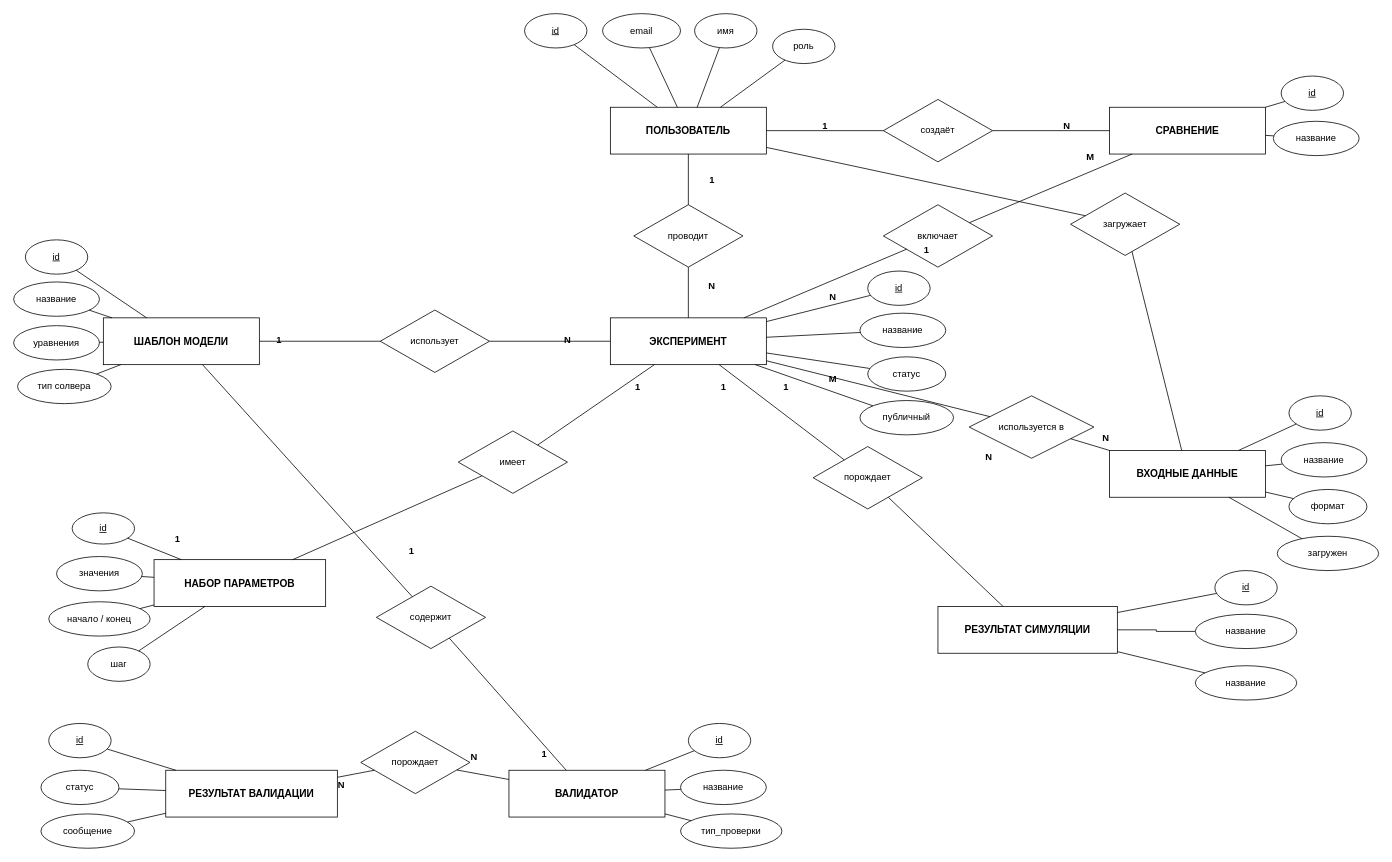
Nna2291/vargod keeps this draw.io diagram as diagrams/er.drawio. Above is the earlier version. Source tidied: cells renumbered, new cells numbered last; positions are measured from the earlier drawing's top-left corner, leaving out a move shared by most shapes. Both pictures are drawn from the tidied source at 78%, with x=0, y=0 at pixel (13, 13).
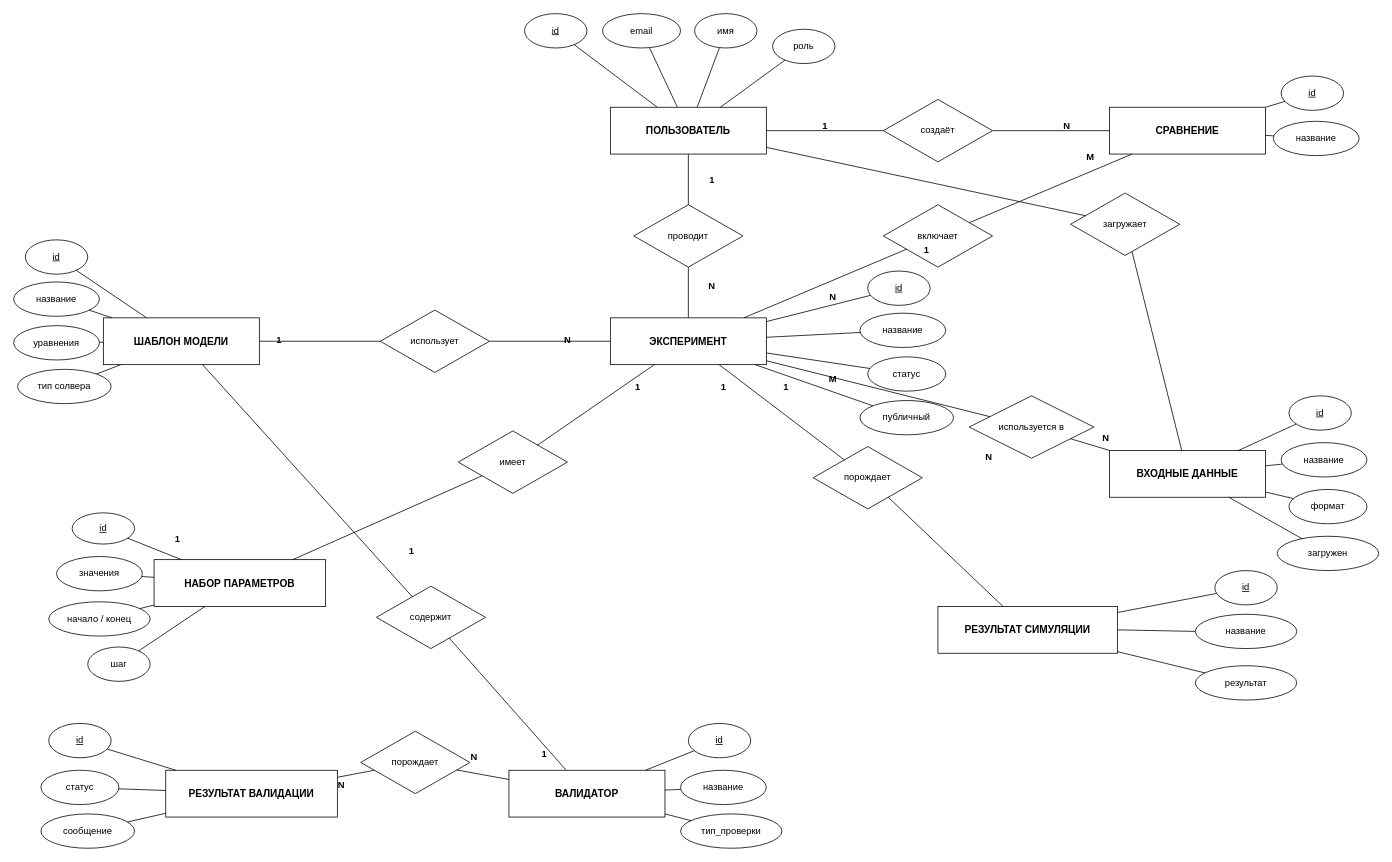
The same page after the edit.

The change refers to these unchanged cells:
```xml
<mxCell id="7" value="РЕЗУЛЬТАТ СИМУЛЯЦИИ" style="rounded=0;whiteSpace=wrap;html=1;fontStyle=1;fontSize=13;" parent="1" vertex="1">
  <mxGeometry x="1185" y="760" width="230" height="60" as="geometry" />
</mxCell>
<mxCell id="122" value="название" style="ellipse;whiteSpace=wrap;html=1;" parent="1" vertex="1">
  <mxGeometry x="1515" y="770" width="130" height="44" as="geometry" />
</mxCell>
```

Diff of the diagram source:
```diff
@@
-    <mxCell id="34" value="название" style="ellipse;whiteSpace=wrap;html=1;" parent="1" vertex="1">
+    <mxCell id="34" value="результат" style="ellipse;whiteSpace=wrap;html=1;" parent="1" vertex="1">
       <mxGeometry x="1515" y="836" width="130" height="44" as="geometry" />
     </mxCell>
@@
-    <mxCell id="121" style="edgeStyle=orthogonalEdgeStyle;rounded=0;jettySize=auto;html=1;exitX=0;exitY=0.5;exitDx=0;exitDy=0;entryX=1;entryY=0.5;entryDx=0;entryDy=0;strokeColor=default;endArrow=none;endFill=0;" parent="1" edge="1" source="122" target="7">
+    <mxCell id="121" style="rounded=0;jettySize=auto;html=1;exitX=0;exitY=0.5;exitDx=0;exitDy=0;entryX=1;entryY=0.5;entryDx=0;entryDy=0;strokeColor=default;endArrow=none;endFill=0;" parent="1" edge="1" source="122" target="7">
       <mxGeometry relative="1" as="geometry" />
     </mxCell>
```
